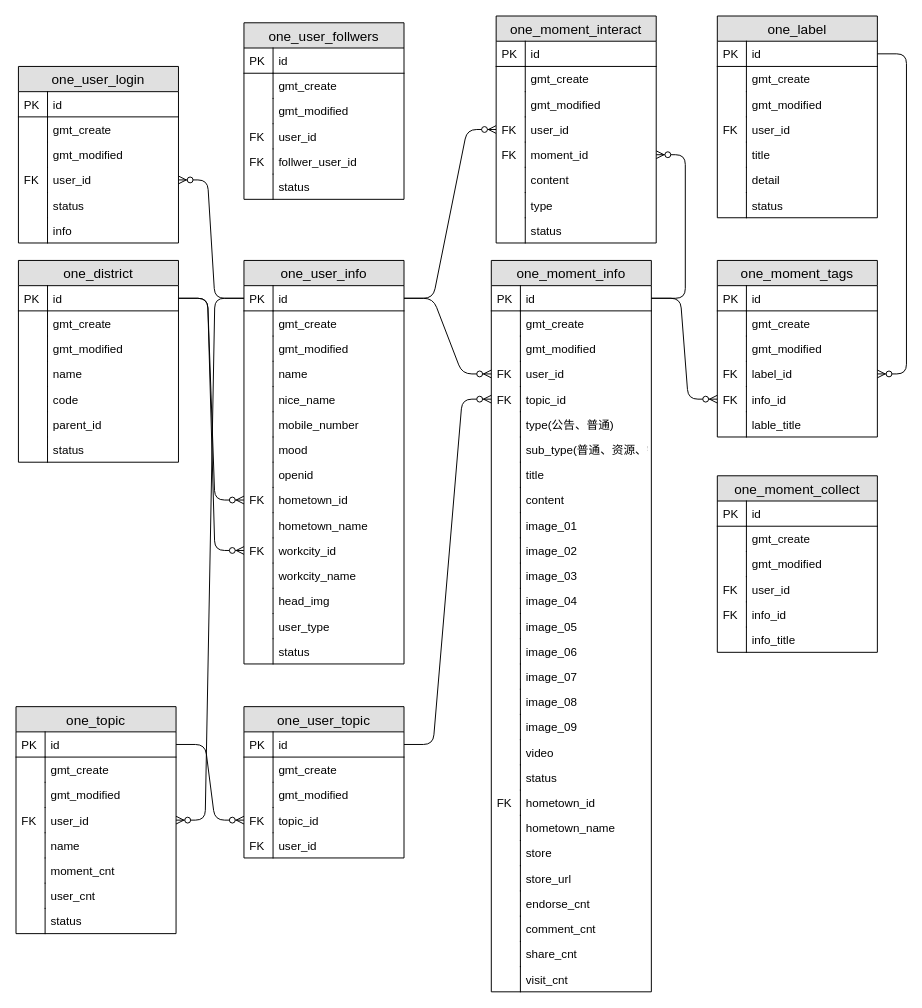
Above: temp.drawio in trey03/draw (draw.io), before the change. Source tidied: cells renumbered, new cells numbered last; positions are measured from the earlier drawing's top-left corner, leaving out a move shared by most shapes. Both pictures are drawn from the tidied source at 97%, with x=0, y=0 at pixel (16, 16).
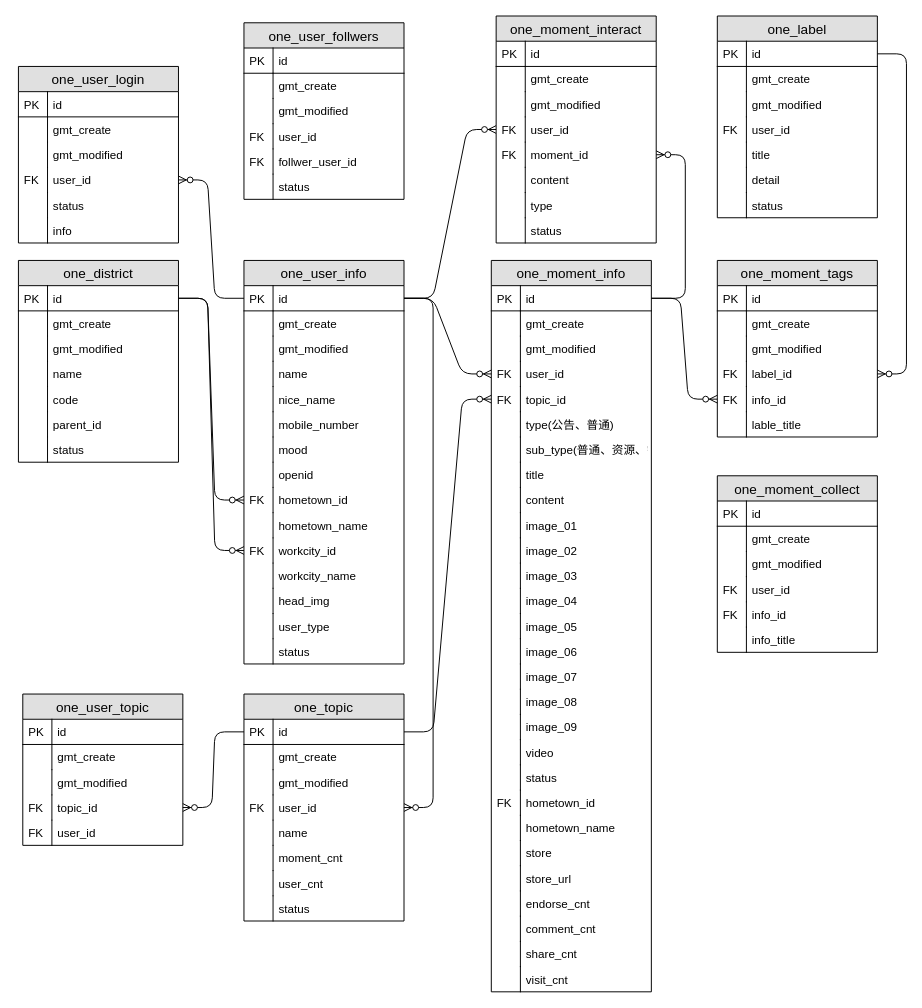
After the change.

Unchanged cells that the change refers to:
```xml
<mxCell id="74" value="topic_id" style="shape=partialRectangle;top=0;left=0;right=0;bottom=0;align=left;verticalAlign=top;fillColor=none;spacingLeft=34;spacingRight=4;overflow=hidden;points=[[0,0.5],[1,0.5]];portConstraint=eastwest;fontSize=12;" parent="65" vertex="1">
  <mxGeometry y="130" width="165" height="26" as="geometry" />
</mxCell>
<mxCell id="142" value="id" style="shape=partialRectangle;top=0;left=0;right=0;bottom=1;align=left;verticalAlign=top;fillColor=none;spacingLeft=34;spacingRight=4;overflow=hidden;points=[[0,0.5],[1,0.5]];portConstraint=eastwest;fontSize=12;" parent="141" vertex="1">
  <mxGeometry y="26" width="165" height="26" as="geometry" />
</mxCell>
<mxCell id="159" value="id" style="shape=partialRectangle;top=0;left=0;right=0;bottom=1;align=left;verticalAlign=top;fillColor=none;spacingLeft=34;spacingRight=4;overflow=hidden;points=[[0,0.5],[1,0.5]];portConstraint=eastwest;fontSize=12;" parent="158" vertex="1">
  <mxGeometry y="26" width="165" height="26" as="geometry" />
</mxCell>
<mxCell id="165" value="topic_id" style="shape=partialRectangle;top=0;left=0;right=0;bottom=0;align=left;verticalAlign=top;fillColor=none;spacingLeft=34;spacingRight=4;overflow=hidden;points=[[0,0.5],[1,0.5]];portConstraint=eastwest;fontSize=12;" parent="158" vertex="1">
  <mxGeometry y="104" width="165" height="26" as="geometry" />
</mxCell>
```

Change to the diagram source:
```diff
@@
     <mxCell id="141" value="one_topic" style="swimlane;fontStyle=0;horizontal=1;startSize=26;fillColor=#e0e0e0;swimlaneFillColor=#ffffff;align=center;fontSize=14;" parent="1" vertex="1">
-      <mxGeometry y="712" width="165" height="234" as="geometry" />
+      <mxGeometry x="235" y="699" width="165" height="234" as="geometry" />
     </mxCell>
@@
     <mxCell id="158" value="one_user_topic" style="swimlane;fontStyle=0;horizontal=1;startSize=26;fillColor=#e0e0e0;swimlaneFillColor=#ffffff;align=center;fontSize=14;" parent="1" vertex="1">
-      <mxGeometry x="235" y="712" width="165" height="156" as="geometry" />
+      <mxGeometry x="7" y="699" width="165" height="156" as="geometry" />
     </mxCell>
@@
-    <mxCell id="170" style="edgeStyle=entityRelationEdgeStyle;fontSize=12;html=1;endArrow=ERzeroToMany;endFill=1;exitX=1;exitY=0.5;exitDx=0;exitDy=0;entryX=0;entryY=0.5;entryDx=0;entryDy=0;" parent="1" edge="1" source="142" target="165">
+    <mxCell id="170" style="edgeStyle=entityRelationEdgeStyle;fontSize=12;html=1;endArrow=ERzeroToMany;endFill=1;" parent="1" edge="1" source="142" target="165">
       <mxGeometry relative="1" as="geometry" />
     </mxCell>
-    <mxCell id="171" style="edgeStyle=entityRelationEdgeStyle;fontSize=12;html=1;endArrow=ERzeroToMany;endFill=1;exitX=1;exitY=0.5;exitDx=0;exitDy=0;entryX=0;entryY=0.5;entryDx=0;entryDy=0;" parent="1" edge="1" source="159" target="74">
+    <mxCell id="171" style="edgeStyle=entityRelationEdgeStyle;fontSize=12;html=1;endArrow=ERzeroToMany;endFill=1;exitX=1;exitY=0.5;exitDx=0;exitDy=0;entryX=0;entryY=0.5;entryDx=0;entryDy=0;" parent="1" edge="1" source="142" target="74">
       <mxGeometry relative="1" as="geometry" />
     </mxCell>
```
